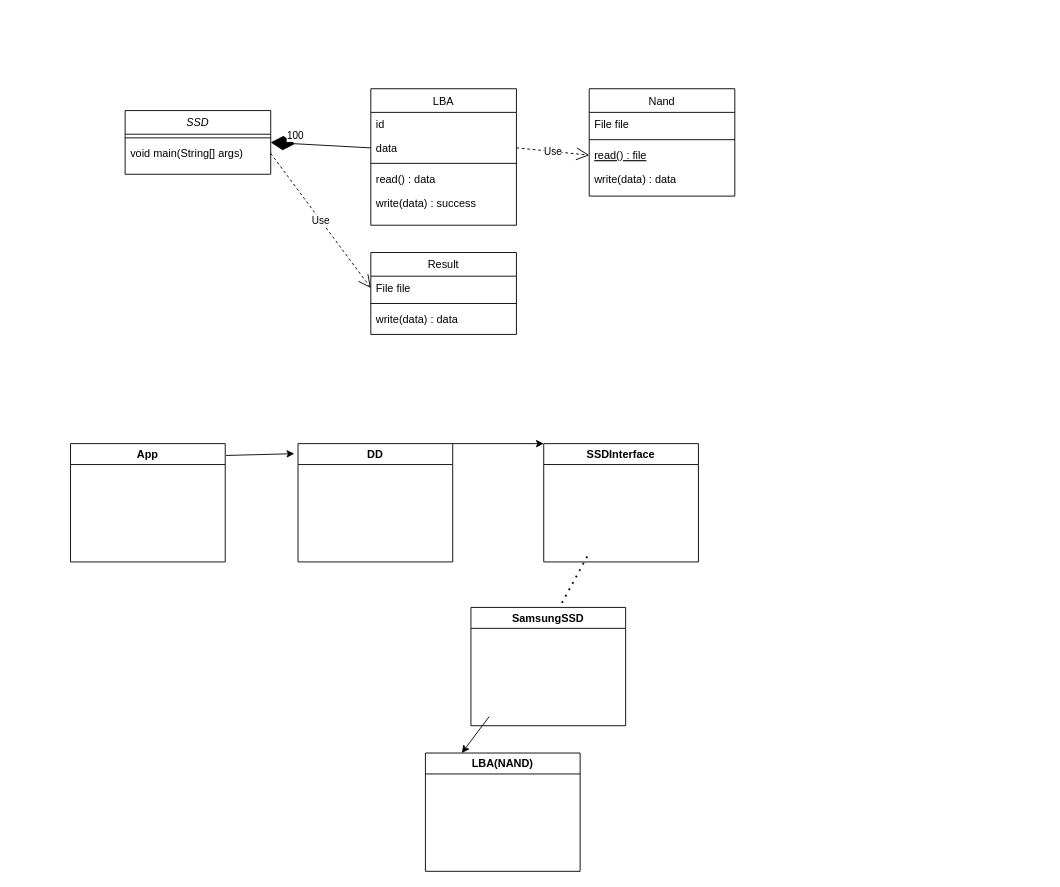
Earlier version of the draw.io diagram ClassDiagram.drawio (24CRA-TeamB/SolidStateDrive). Source tidied: cells renumbered, new cells numbered last; positions are measured from the earlier drawing's top-left corner, leaving out a move shared by most shapes. Both pictures are drawn from the tidied source at 91%, with x=0, y=0 at pixel (70, 88).
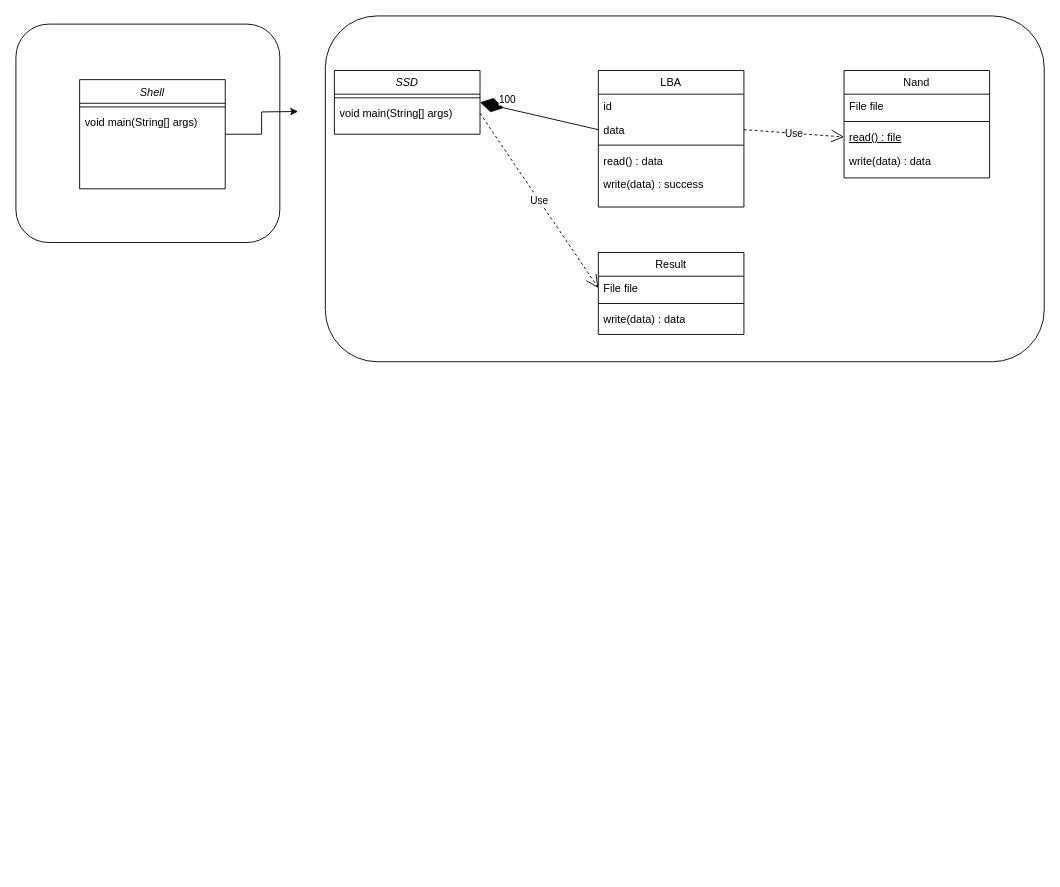
After the change.

What changed in the source:
```diff
@@
+    <mxCell id="33" style="rounded=1;whiteSpace=wrap;html=1;" parent="1" vertex="1">
+      <mxGeometry x="280" y="-80" width="790" height="380" as="geometry" />
+    </mxCell>
+    <mxCell id="34" style="rounded=1;whiteSpace=wrap;html=1;" parent="1" vertex="1">
+      <mxGeometry x="-60" y="-71" width="290" height="240" as="geometry" />
+    </mxCell>
     <mxCell id="2" value="SSD" style="swimlane;fontStyle=2;align=center;verticalAlign=top;horizontal=1;startSize=26;rounded=0;shadow=0;strokeWidth=1;" parent="1" vertex="1">
-      <mxGeometry x="60" y="24" width="160" height="70" as="geometry" />
+      <mxGeometry x="290" y="-20" width="160" height="70" as="geometry" />
     </mxCell>
@@
     <mxCell id="5" value="Nand" style="swimlane;fontStyle=0;align=center;verticalAlign=top;horizontal=1;startSize=26;rounded=0;shadow=0;strokeWidth=1;" parent="1" vertex="1">
-      <mxGeometry x="570" width="160" height="118" as="geometry" />
+      <mxGeometry x="850" y="-20" width="160" height="118" as="geometry" />
     </mxCell>
@@
     <mxCell id="10" value="LBA" style="swimlane;fontStyle=0;align=center;verticalAlign=top;horizontal=1;startSize=26;rounded=0;shadow=0;strokeWidth=1;" parent="1" vertex="1">
-      <mxGeometry x="330" width="160" height="150" as="geometry" />
+      <mxGeometry x="580" y="-20" width="160" height="150" as="geometry" />
     </mxCell>
@@
     <mxCell id="16" value="Result" style="swimlane;fontStyle=0;align=center;verticalAlign=top;horizontal=1;startSize=26;rounded=0;shadow=0;strokeWidth=1;" parent="1" vertex="1">
-      <mxGeometry x="330" y="180" width="160" height="90" as="geometry" />
+      <mxGeometry x="580" y="180" width="160" height="90" as="geometry" />
     </mxCell>
@@
-    <mxCell id="24" value="App" style="swimlane;whiteSpace=wrap;html=1;" parent="1" vertex="1">
-      <mxGeometry y="390" width="170" height="130" as="geometry" />
-    </mxCell>
-    <mxCell id="25" value="DD" style="swimlane;whiteSpace=wrap;html=1;" parent="1" vertex="1">
-      <mxGeometry x="250" y="390" width="170" height="130" as="geometry" />
-    </mxCell>
-    <mxCell id="26" value="SSDInterface" style="swimlane;whiteSpace=wrap;html=1;" parent="1" vertex="1">
-      <mxGeometry x="520" y="390" width="170" height="130" as="geometry" />
-    </mxCell>
-    <mxCell id="27" value="SamsungSSD" style="swimlane;whiteSpace=wrap;html=1;" parent="1" vertex="1">
-      <mxGeometry x="440" y="570" width="170" height="130" as="geometry" />
-    </mxCell>
-    <mxCell id="28" value="LBA(NAND)" style="swimlane;whiteSpace=wrap;html=1;startSize=23;" parent="1" vertex="1">
-      <mxGeometry x="390" y="730" width="170" height="130" as="geometry" />
-    </mxCell>
-    <mxCell id="29" style="endArrow=classic;html=1;rounded=0;exitX=1.006;exitY=0.1;exitDx=0;exitDy=0;exitPerimeter=0;entryX=-0.024;entryY=0.085;entryDx=0;entryDy=0;entryPerimeter=0;" parent="1" edge="1" source="24" target="25">
-      <mxGeometry relative="1" as="geometry" />
-    </mxCell>
-    <mxCell id="30" style="endArrow=classic;html=1;rounded=0;entryX=0;entryY=0;entryDx=0;entryDy=0;exitX=1;exitY=0;exitDx=0;exitDy=0;" parent="1" edge="1" source="25" target="26">
-      <mxGeometry relative="1" as="geometry" />
-    </mxCell>
-    <mxCell id="31" style="endArrow=none;dashed=1;html=1;dashPattern=1 3;strokeWidth=2;rounded=0;" parent="1" edge="1">
-      <mxGeometry relative="1" as="geometry">
-        <mxPoint x="540" y="565" as="sourcePoint" />
-        <mxPoint x="570" y="510" as="targetPoint" />
-      </mxGeometry>
-    </mxCell>
-    <mxCell id="32" style="endArrow=classic;html=1;rounded=0;" parent="1" edge="1">
-      <mxGeometry relative="1" as="geometry">
-        <mxPoint x="460" y="690" as="sourcePoint" />
-        <mxPoint x="430" y="730" as="targetPoint" />
-      </mxGeometry>
-    </mxCell>
+    <mxCell id="35" style="edgeStyle=orthogonalEdgeStyle;rounded=0;jettySize=auto;html=1;" parent="1" edge="1" source="36">
+      <mxGeometry relative="1" as="geometry">
+        <mxPoint x="250" y="25" as="targetPoint" />
+      </mxGeometry>
+    </mxCell>
+    <mxCell id="36" value="Shell" style="swimlane;fontStyle=2;align=center;verticalAlign=top;horizontal=1;startSize=26;rounded=0;shadow=0;strokeWidth=1;" parent="1" vertex="1">
+      <mxGeometry x="10" y="-10" width="160" height="120" as="geometry" />
+    </mxCell>
+    <mxCell id="37" style="line;html=1;strokeWidth=1;align=left;verticalAlign=middle;spacingTop=-1;spacingLeft=3;spacingRight=3;labelPosition=right;" parent="36" vertex="1">
+      <mxGeometry y="26" width="160" height="8" as="geometry" />
+    </mxCell>
+    <mxCell id="38" value="void main(String[] args)" style="text;align=left;verticalAlign=top;spacingLeft=4;spacingRight=4;overflow=hidden;" parent="36" vertex="1">
+      <mxGeometry y="34" width="160" height="26" as="geometry" />
+    </mxCell>
```
